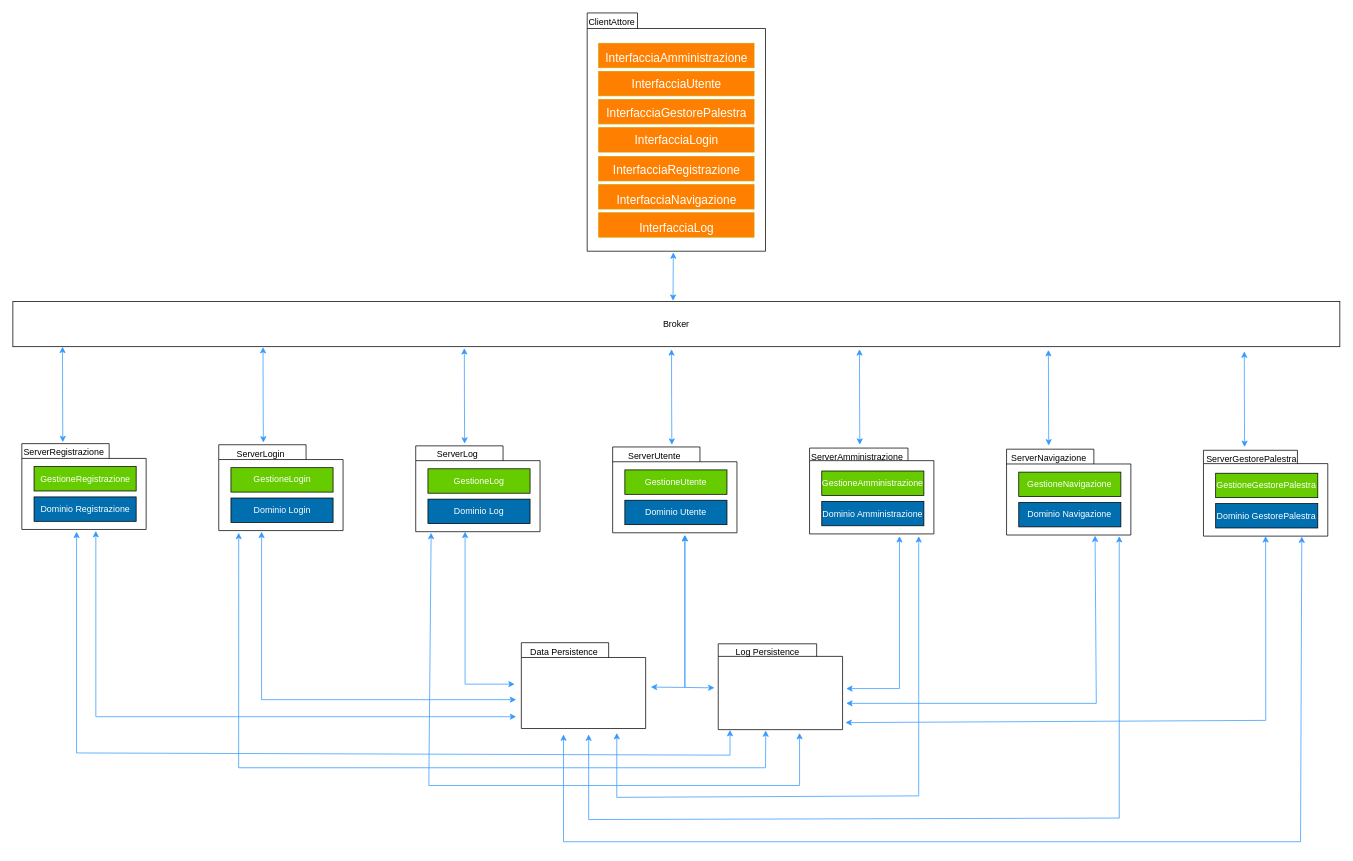
JosephBoom02/Progetto_Ingegneria_del_Software keeps this draw.io diagram as Diagrammi_Package/package_Rivisto.drawio. Above is the earlier version. Source tidied: cells renumbered, new cells numbered last; positions are measured from the earlier drawing's top-left corner, leaving out a move shared by most shapes. Both pictures are drawn from the tidied source at 74%, with x=0, y=0 at pixel (13, 13).
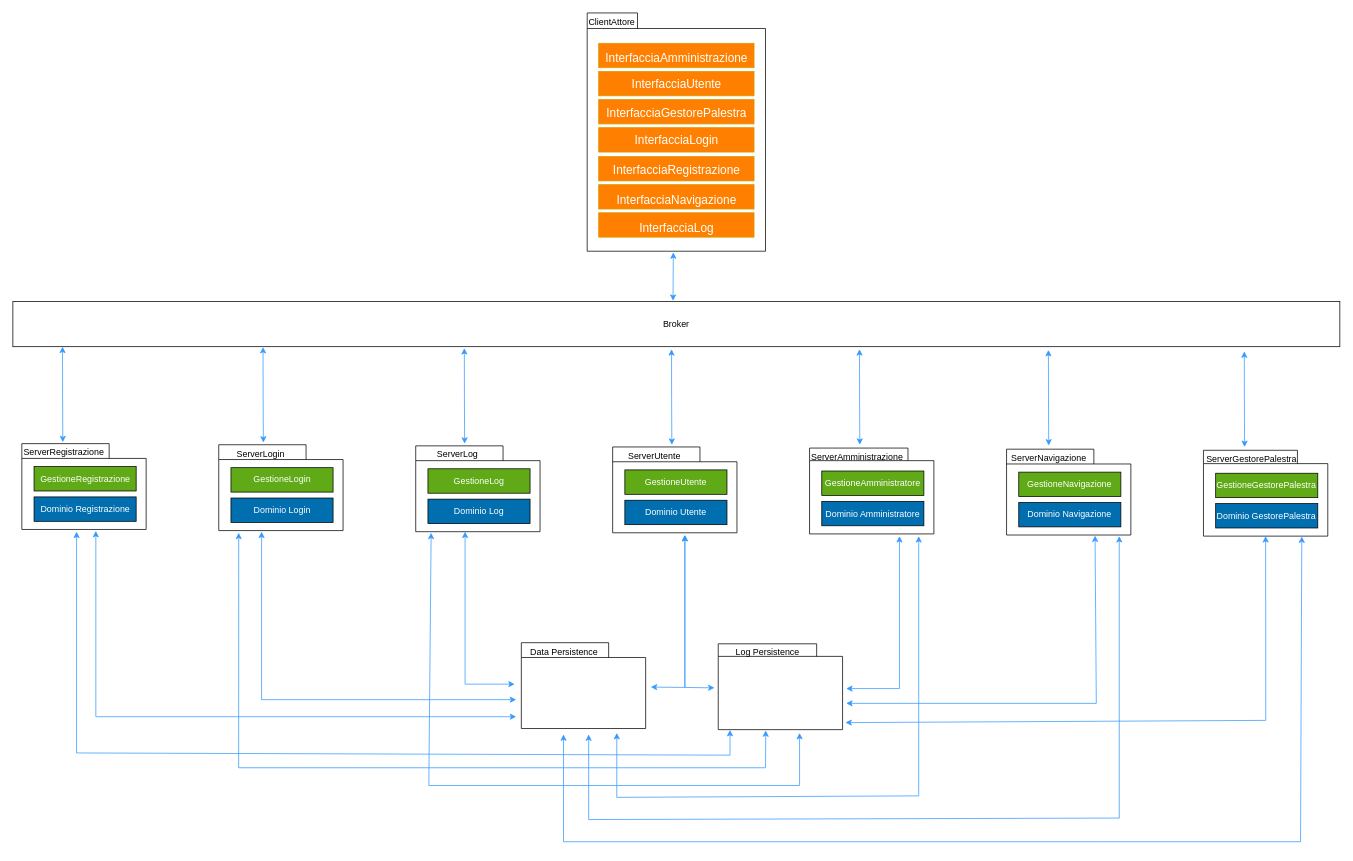
The same diagram, later.

What changed in the source:
```diff
@@
-    <mxCell id="22" value="GestioneRegistrazione" style="html=1;whiteSpace=wrap;fillColor=#66CC00;fontColor=#FFFFFF;" parent="1" vertex="1">
+    <mxCell id="22" value="GestioneRegistrazione" style="html=1;whiteSpace=wrap;fillColor=#60A917;fontColor=#FFFFFF;" parent="1" vertex="1">
       <mxGeometry x="28.5" y="613" width="138" height="33" as="geometry" />
     </mxCell>
@@
-    <mxCell id="26" value="GestioneLogin" style="html=1;whiteSpace=wrap;fillColor=#66CC00;fontColor=#FFFFFF;" parent="1" vertex="1">
+    <mxCell id="26" value="GestioneLogin" style="html=1;whiteSpace=wrap;fillColor=#60A917;fontColor=#FFFFFF;" parent="1" vertex="1">
       <mxGeometry x="294.6" y="614.5" width="138" height="33" as="geometry" />
     </mxCell>
@@
-    <mxCell id="30" value="GestioneLog" style="html=1;whiteSpace=wrap;fillColor=#66CC00;fontColor=#FFFFFF;" parent="1" vertex="1">
+    <mxCell id="30" value="GestioneLog" style="html=1;whiteSpace=wrap;fillColor=#60A917;fontColor=#FFFFFF;" parent="1" vertex="1">
       <mxGeometry x="560.8" y="616" width="138" height="33" as="geometry" />
     </mxCell>
@@
-    <mxCell id="35" value="GestioneUtente" style="html=1;whiteSpace=wrap;fillColor=#66CC00;fontColor=#FFFFFF;" parent="1" vertex="1">
+    <mxCell id="35" value="GestioneUtente" style="html=1;whiteSpace=wrap;fillColor=#60A917;fontColor=#FFFFFF;" parent="1" vertex="1">
       <mxGeometry x="826.9" y="617.5" width="138" height="33" as="geometry" />
     </mxCell>
@@
-    <mxCell id="39" value="GestioneAmministrazione" style="html=1;whiteSpace=wrap;fillColor=#66CC00;fontColor=#FFFFFF;" parent="1" vertex="1">
+    <mxCell id="39" value="GestioneAmministratore" style="html=1;whiteSpace=wrap;fillColor=#60a917;fontColor=#FFFFFF;" parent="1" vertex="1">
       <mxGeometry x="1093" y="619" width="138" height="33" as="geometry" />
     </mxCell>
-    <mxCell id="40" value="Dominio Amministrazione" style="html=1;whiteSpace=wrap;fillColor=#006eaf;fontColor=#ffffff;" parent="1" vertex="1">
+    <mxCell id="40" value="Dominio Amministratore" style="html=1;whiteSpace=wrap;fillColor=#006eaf;fontColor=#ffffff;" parent="1" vertex="1">
       <mxGeometry x="1093" y="660" width="138" height="33" as="geometry" />
     </mxCell>
@@
-    <mxCell id="43" value="GestioneNavigazione" style="html=1;whiteSpace=wrap;fillColor=#66CC00;fontColor=#FFFFFF;" parent="1" vertex="1">
+    <mxCell id="43" value="GestioneNavigazione" style="html=1;whiteSpace=wrap;fillColor=#60A917;fontColor=#FFFFFF;" parent="1" vertex="1">
       <mxGeometry x="1359.2" y="620.5" width="138" height="33" as="geometry" />
     </mxCell>
@@
-    <mxCell id="47" value="GestioneGestorePalestra" style="html=1;whiteSpace=wrap;fillColor=#66CC00;fontColor=#FFFFFF;" parent="1" vertex="1">
+    <mxCell id="47" value="GestioneGestorePalestra" style="html=1;whiteSpace=wrap;fillColor=#60A917;fontColor=#FFFFFF;" parent="1" vertex="1">
       <mxGeometry x="1625.3" y="622" width="138" height="33" as="geometry" />
     </mxCell>
```
